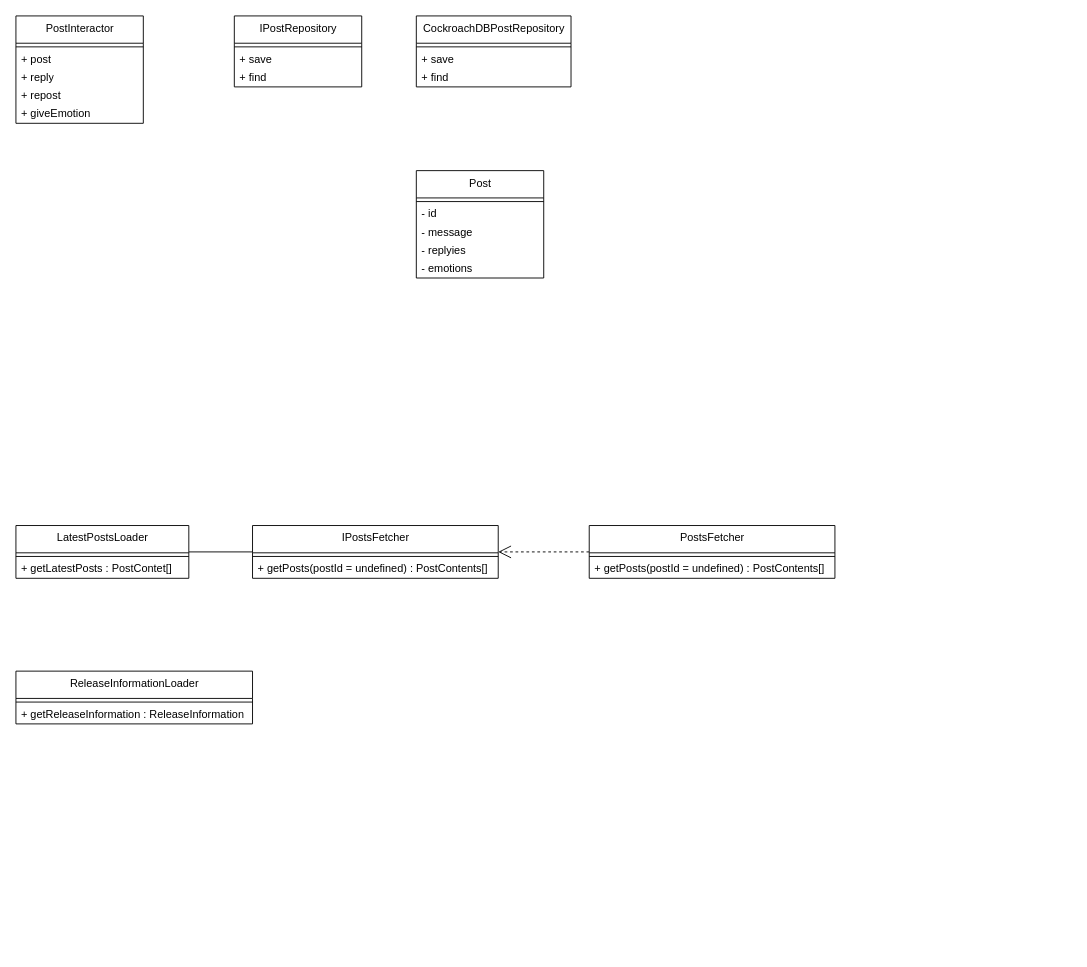
Earlier version of the draw.io diagram page "PostModule" (6 of 6) of ff14-sns.drawio (Mouwf/FF14SNS). Source tidied: cells renumbered, new cells numbered last; positions are measured from the earlier drawing's top-left corner, leaving out a move shared by most shapes. Both pictures are drawn from the tidied source at 91%, with x=0, y=0 at pixel (15, 15).
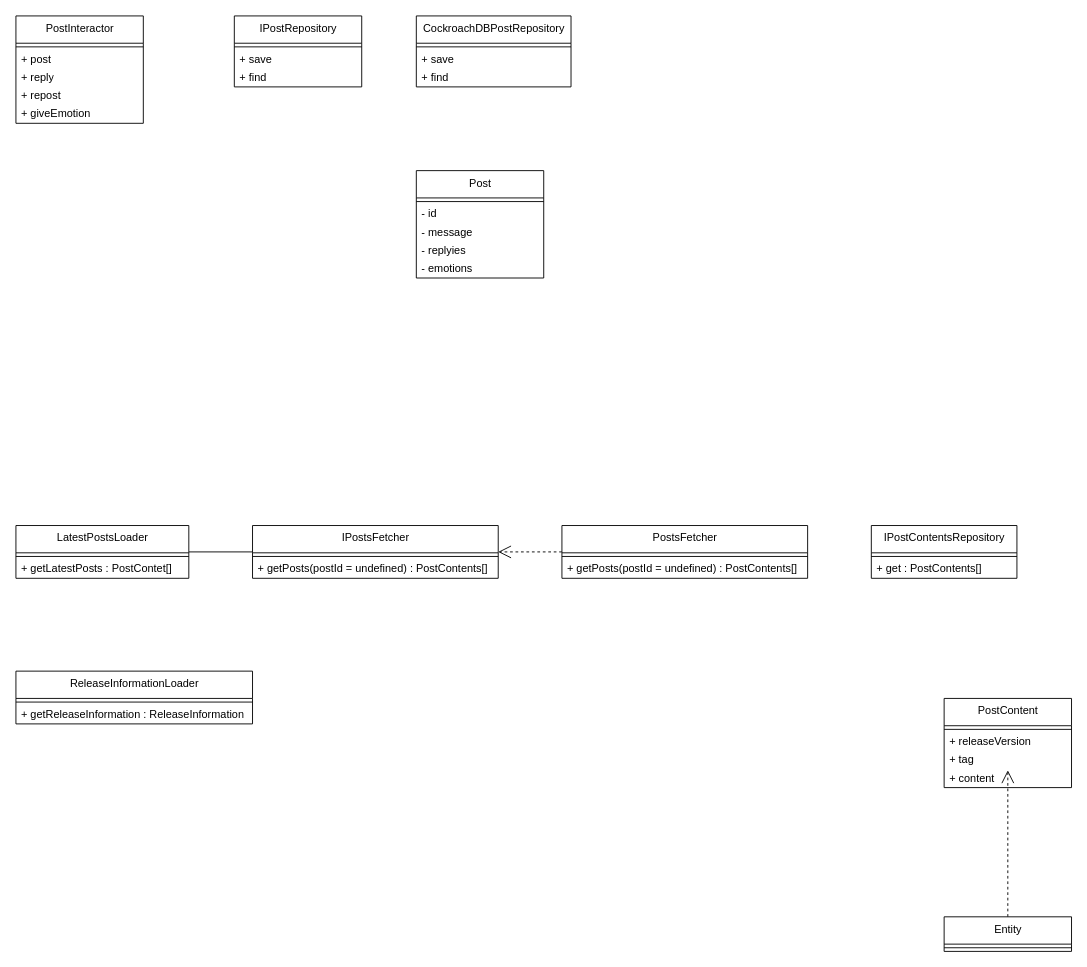
After the change.

What changed in the source:
```diff
@@
     <mxCell id="33" value="PostsFetcher" style="swimlane;fontStyle=0;align=center;verticalAlign=top;horizontal=1;startSize=30;html=1;" parent="1" vertex="1">
-      <mxGeometry x="630" y="560" width="270" height="58" as="geometry" />
+      <mxGeometry x="600" y="560" width="270" height="58" as="geometry" />
     </mxCell>
@@
+    <mxCell id="36" value="IPostContentsRepository" style="swimlane;fontStyle=0;align=center;verticalAlign=top;horizontal=1;startSize=30;html=1;" parent="1" vertex="1">
+      <mxGeometry x="940" y="560" width="160" height="58" as="geometry" />
+    </mxCell>
+    <mxCell id="37" style="line;strokeWidth=1;fillColor=none;align=left;verticalAlign=middle;spacingTop=-1;spacingLeft=3;spacingRight=3;labelPosition=right;" parent="36" vertex="1">
+      <mxGeometry y="30" width="160" height="8" as="geometry" />
+    </mxCell>
+    <mxCell id="38" value="+ get&amp;nbsp;: PostContents[]" style="text;html=1;strokeColor=none;fillColor=none;align=left;verticalAlign=middle;spacingLeft=4;spacingRight=4;overflow=hidden;" parent="36" vertex="1">
+      <mxGeometry y="38" width="160" height="20" as="geometry" />
+    </mxCell>
+    <mxCell id="39" value="PostContent" style="swimlane;fontStyle=0;align=center;verticalAlign=top;horizontal=1;startSize=30;html=1;" parent="1" vertex="1">
+      <mxGeometry x="1020" y="750" width="140" height="98" as="geometry" />
+    </mxCell>
+    <mxCell id="40" style="line;strokeWidth=1;fillColor=none;align=left;verticalAlign=middle;spacingTop=-1;spacingLeft=3;spacingRight=3;labelPosition=right;" parent="39" vertex="1">
+      <mxGeometry y="30" width="140" height="8" as="geometry" />
+    </mxCell>
+    <mxCell id="41" value="+&amp;nbsp;releaseVersion" style="text;html=1;strokeColor=none;fillColor=none;align=left;verticalAlign=middle;spacingLeft=4;spacingRight=4;overflow=hidden;" parent="39" vertex="1">
+      <mxGeometry y="38" width="140" height="20" as="geometry" />
+    </mxCell>
+    <mxCell id="42" value="+&amp;nbsp;tag" style="text;html=1;strokeColor=none;fillColor=none;align=left;verticalAlign=middle;spacingLeft=4;spacingRight=4;overflow=hidden;points=[[0,0.5],[1,0.5]];portConstraint=eastwest;" parent="39" vertex="1">
+      <mxGeometry y="58" width="140" height="20" as="geometry" />
+    </mxCell>
+    <mxCell id="43" value="+&amp;nbsp;content" style="text;html=1;strokeColor=none;fillColor=none;align=left;verticalAlign=middle;spacingLeft=4;spacingRight=4;overflow=hidden;" parent="39" vertex="1">
+      <mxGeometry y="78" width="140" height="20" as="geometry" />
+    </mxCell>
+    <mxCell id="44" style="edgeStyle=none;html=1;exitX=0.5;exitY=0;exitDx=0;exitDy=0;entryX=0.5;entryY=1.05;entryDx=0;entryDy=0;entryPerimeter=0;endArrow=open;endFill=0;endSize=12;dashed=1;" parent="1" edge="1" source="45" target="42">
+      <mxGeometry relative="1" as="geometry" />
+    </mxCell>
+    <mxCell id="45" value="Entity" style="swimlane;fontStyle=0;align=center;verticalAlign=top;horizontal=1;startSize=30;html=1;" parent="1" vertex="1">
+      <mxGeometry x="1020" y="990" width="140" height="38" as="geometry" />
+    </mxCell>
+    <mxCell id="46" style="line;strokeWidth=1;fillColor=none;align=left;verticalAlign=middle;spacingTop=-1;spacingLeft=3;spacingRight=3;labelPosition=right;" parent="45" vertex="1">
+      <mxGeometry y="30" width="140" height="8" as="geometry" />
+    </mxCell>
```
